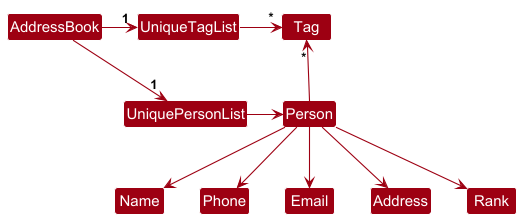
Above: docs/images/BetterModelClassDiagram.png in Dumboiroy/tp (PlantUML), before the change.
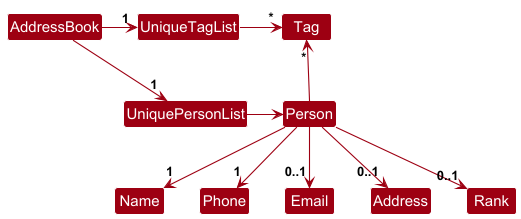
The same file after the commit.

Change to the diagram source:
```diff
@@ -14,9 +14,9 @@
 
 Person -up-> "*" Tag
 
-Person --> Name
-Person --> Phone
-Person --> Email
-Person --> Address
-Person --> Rank
+Person --> "1"Name
+Person --> "1"Phone
+Person --> "0..1"Email
+Person --> "0..1"Address
+Person --> "0..1"Rank
 @enduml
```
